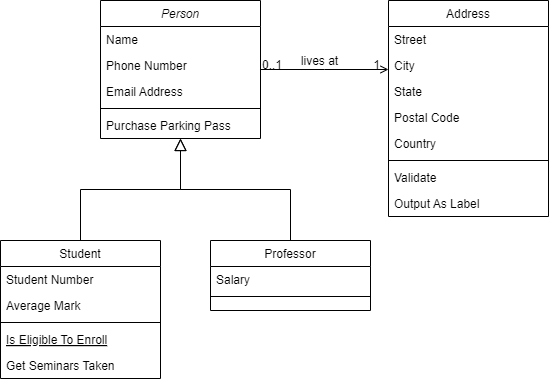
Earlier version of the draw.io export Diagram Tanpa Judul.drawio.png (dikameo/PERPUSTAKAANCUY). Source tidied: cells renumbered, new cells last; positions are measured from the earlier drawing's top-left corner, leaving out a move shared by most shapes. Source of this version:
```xml
<mxGraphModel>
  <root>
    <mxCell id="0" />
    <mxCell id="1" parent="0" />
    <mxCell id="2" value="Person" style="swimlane;fontStyle=2;align=center;verticalAlign=top;horizontal=1;startSize=26;rounded=0;shadow=0;strokeWidth=1;" parent="1" vertex="1">
      <mxGeometry x="100" width="160" height="138" as="geometry" />
    </mxCell>
    <mxCell id="3" value="Name" style="text;align=left;verticalAlign=top;spacingLeft=4;spacingRight=4;overflow=hidden;" parent="2" vertex="1">
      <mxGeometry y="26" width="160" height="26" as="geometry" />
    </mxCell>
    <mxCell id="4" value="Phone Number" style="text;align=left;verticalAlign=top;spacingLeft=4;spacingRight=4;overflow=hidden;rounded=0;shadow=0;html=0;" parent="2" vertex="1">
      <mxGeometry y="52" width="160" height="26" as="geometry" />
    </mxCell>
    <mxCell id="5" value="Email Address" style="text;align=left;verticalAlign=top;spacingLeft=4;spacingRight=4;overflow=hidden;rounded=0;shadow=0;html=0;" parent="2" vertex="1">
      <mxGeometry y="78" width="160" height="26" as="geometry" />
    </mxCell>
    <mxCell id="6" style="line;html=1;strokeWidth=1;align=left;verticalAlign=middle;spacingTop=-1;spacingLeft=3;spacingRight=3;labelPosition=right;" parent="2" vertex="1">
      <mxGeometry y="104" width="160" height="8" as="geometry" />
    </mxCell>
    <mxCell id="7" value="Purchase Parking Pass" style="text;align=left;verticalAlign=top;spacingLeft=4;spacingRight=4;overflow=hidden;" parent="2" vertex="1">
      <mxGeometry y="112" width="160" height="26" as="geometry" />
    </mxCell>
    <mxCell id="8" value="Student" style="swimlane;fontStyle=0;align=center;verticalAlign=top;horizontal=1;startSize=26;rounded=0;shadow=0;strokeWidth=1;" parent="1" vertex="1">
      <mxGeometry y="240" width="160" height="138" as="geometry" />
    </mxCell>
    <mxCell id="9" value="Student Number" style="text;align=left;verticalAlign=top;spacingLeft=4;spacingRight=4;overflow=hidden;" parent="8" vertex="1">
      <mxGeometry y="26" width="160" height="26" as="geometry" />
    </mxCell>
    <mxCell id="10" value="Average Mark" style="text;align=left;verticalAlign=top;spacingLeft=4;spacingRight=4;overflow=hidden;rounded=0;shadow=0;html=0;" parent="8" vertex="1">
      <mxGeometry y="52" width="160" height="26" as="geometry" />
    </mxCell>
    <mxCell id="11" style="line;html=1;strokeWidth=1;align=left;verticalAlign=middle;spacingTop=-1;spacingLeft=3;spacingRight=3;labelPosition=right;" parent="8" vertex="1">
      <mxGeometry y="78" width="160" height="8" as="geometry" />
    </mxCell>
    <mxCell id="12" value="Is Eligible To Enroll" style="text;align=left;verticalAlign=top;spacingLeft=4;spacingRight=4;overflow=hidden;fontStyle=4;" parent="8" vertex="1">
      <mxGeometry y="86" width="160" height="26" as="geometry" />
    </mxCell>
    <mxCell id="13" value="Get Seminars Taken" style="text;align=left;verticalAlign=top;spacingLeft=4;spacingRight=4;overflow=hidden;" parent="8" vertex="1">
      <mxGeometry y="112" width="160" height="26" as="geometry" />
    </mxCell>
    <mxCell id="14" style="endArrow=block;endSize=10;endFill=0;shadow=0;strokeWidth=1;rounded=0;curved=0;edgeStyle=elbowEdgeStyle;elbow=vertical;" parent="1" edge="1" source="8" target="2">
      <mxGeometry relative="1" as="geometry" />
    </mxCell>
    <mxCell id="15" value="Professor" style="swimlane;fontStyle=0;align=center;verticalAlign=top;horizontal=1;startSize=26;rounded=0;shadow=0;strokeWidth=1;" parent="1" vertex="1">
      <mxGeometry x="210" y="240" width="160" height="70" as="geometry" />
    </mxCell>
    <mxCell id="16" value="Salary" style="text;align=left;verticalAlign=top;spacingLeft=4;spacingRight=4;overflow=hidden;" parent="15" vertex="1">
      <mxGeometry y="26" width="160" height="26" as="geometry" />
    </mxCell>
    <mxCell id="17" style="line;html=1;strokeWidth=1;align=left;verticalAlign=middle;spacingTop=-1;spacingLeft=3;spacingRight=3;labelPosition=right;" parent="15" vertex="1">
      <mxGeometry y="52" width="160" height="8" as="geometry" />
    </mxCell>
    <mxCell id="18" style="endArrow=block;endSize=10;endFill=0;shadow=0;strokeWidth=1;rounded=0;curved=0;edgeStyle=elbowEdgeStyle;elbow=vertical;" parent="1" edge="1" source="15" target="2">
      <mxGeometry relative="1" as="geometry" />
    </mxCell>
    <mxCell id="19" value="Address" style="swimlane;fontStyle=0;align=center;verticalAlign=top;horizontal=1;startSize=26;rounded=0;shadow=0;strokeWidth=1;" parent="1" vertex="1">
      <mxGeometry x="388" width="160" height="216" as="geometry" />
    </mxCell>
    <mxCell id="20" value="Street" style="text;align=left;verticalAlign=top;spacingLeft=4;spacingRight=4;overflow=hidden;" parent="19" vertex="1">
      <mxGeometry y="26" width="160" height="26" as="geometry" />
    </mxCell>
    <mxCell id="21" value="City" style="text;align=left;verticalAlign=top;spacingLeft=4;spacingRight=4;overflow=hidden;rounded=0;shadow=0;html=0;" parent="19" vertex="1">
      <mxGeometry y="52" width="160" height="26" as="geometry" />
    </mxCell>
    <mxCell id="22" value="State" style="text;align=left;verticalAlign=top;spacingLeft=4;spacingRight=4;overflow=hidden;rounded=0;shadow=0;html=0;" parent="19" vertex="1">
      <mxGeometry y="78" width="160" height="26" as="geometry" />
    </mxCell>
    <mxCell id="23" value="Postal Code" style="text;align=left;verticalAlign=top;spacingLeft=4;spacingRight=4;overflow=hidden;rounded=0;shadow=0;html=0;" parent="19" vertex="1">
      <mxGeometry y="104" width="160" height="26" as="geometry" />
    </mxCell>
    <mxCell id="24" value="Country" style="text;align=left;verticalAlign=top;spacingLeft=4;spacingRight=4;overflow=hidden;rounded=0;shadow=0;html=0;" parent="19" vertex="1">
      <mxGeometry y="130" width="160" height="26" as="geometry" />
    </mxCell>
    <mxCell id="25" style="line;html=1;strokeWidth=1;align=left;verticalAlign=middle;spacingTop=-1;spacingLeft=3;spacingRight=3;labelPosition=right;" parent="19" vertex="1">
      <mxGeometry y="156" width="160" height="8" as="geometry" />
    </mxCell>
    <mxCell id="26" value="Validate" style="text;align=left;verticalAlign=top;spacingLeft=4;spacingRight=4;overflow=hidden;" parent="19" vertex="1">
      <mxGeometry y="164" width="160" height="26" as="geometry" />
    </mxCell>
    <mxCell id="27" value="Output As Label" style="text;align=left;verticalAlign=top;spacingLeft=4;spacingRight=4;overflow=hidden;" parent="19" vertex="1">
      <mxGeometry y="190" width="160" height="26" as="geometry" />
    </mxCell>
    <mxCell id="28" style="endArrow=open;shadow=0;strokeWidth=1;rounded=0;curved=0;endFill=1;edgeStyle=elbowEdgeStyle;elbow=vertical;" parent="1" edge="1" source="2" target="19">
      <mxGeometry x="0.5" y="41" relative="1" as="geometry">
        <mxPoint x="-40" y="32" as="offset" />
      </mxGeometry>
    </mxCell>
    <mxCell id="29" value="0..1" style="align=left;verticalAlign=bottom;labelBackgroundColor=none;fontSize=12;" parent="28" vertex="1">
      <mxGeometry x="-1" relative="1" as="geometry">
        <mxPoint y="4" as="offset" />
      </mxGeometry>
    </mxCell>
    <mxCell id="30" value="1" style="align=right;verticalAlign=bottom;labelBackgroundColor=none;fontSize=12;" parent="28" vertex="1">
      <mxGeometry x="1" relative="1" as="geometry">
        <mxPoint x="-7" y="4" as="offset" />
      </mxGeometry>
    </mxCell>
    <mxCell id="31" value="lives at" style="text;html=1;align=center;verticalAlign=middle;labelBackgroundColor=none;rounded=0;shadow=0;strokeWidth=1;fontSize=12;" parent="28" vertex="1">
      <mxGeometry x="0.5" y="49" relative="1" as="geometry">
        <mxPoint x="-38" y="40" as="offset" />
      </mxGeometry>
    </mxCell>
  </root>
</mxGraphModel>
```
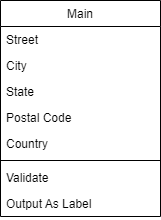
After the commit.

The edit, as a diff of the source:
```diff
@@ -2,58 +2,7 @@
   <root>
     <mxCell id="0" />
     <mxCell id="1" parent="0" />
-    <mxCell id="2" value="Person" style="swimlane;fontStyle=2;align=center;verticalAlign=top;horizontal=1;startSize=26;rounded=0;shadow=0;strokeWidth=1;" parent="1" vertex="1">
-      <mxGeometry x="100" width="160" height="138" as="geometry" />
-    </mxCell>
-    <mxCell id="3" value="Name" style="text;align=left;verticalAlign=top;spacingLeft=4;spacingRight=4;overflow=hidden;" parent="2" vertex="1">
-      <mxGeometry y="26" width="160" height="26" as="geometry" />
-    </mxCell>
-    <mxCell id="4" value="Phone Number" style="text;align=left;verticalAlign=top;spacingLeft=4;spacingRight=4;overflow=hidden;rounded=0;shadow=0;html=0;" parent="2" vertex="1">
-      <mxGeometry y="52" width="160" height="26" as="geometry" />
-    </mxCell>
-    <mxCell id="5" value="Email Address" style="text;align=left;verticalAlign=top;spacingLeft=4;spacingRight=4;overflow=hidden;rounded=0;shadow=0;html=0;" parent="2" vertex="1">
-      <mxGeometry y="78" width="160" height="26" as="geometry" />
-    </mxCell>
-    <mxCell id="6" style="line;html=1;strokeWidth=1;align=left;verticalAlign=middle;spacingTop=-1;spacingLeft=3;spacingRight=3;labelPosition=right;" parent="2" vertex="1">
-      <mxGeometry y="104" width="160" height="8" as="geometry" />
-    </mxCell>
-    <mxCell id="7" value="Purchase Parking Pass" style="text;align=left;verticalAlign=top;spacingLeft=4;spacingRight=4;overflow=hidden;" parent="2" vertex="1">
-      <mxGeometry y="112" width="160" height="26" as="geometry" />
-    </mxCell>
-    <mxCell id="8" value="Student" style="swimlane;fontStyle=0;align=center;verticalAlign=top;horizontal=1;startSize=26;rounded=0;shadow=0;strokeWidth=1;" parent="1" vertex="1">
-      <mxGeometry y="240" width="160" height="138" as="geometry" />
-    </mxCell>
-    <mxCell id="9" value="Student Number" style="text;align=left;verticalAlign=top;spacingLeft=4;spacingRight=4;overflow=hidden;" parent="8" vertex="1">
-      <mxGeometry y="26" width="160" height="26" as="geometry" />
-    </mxCell>
-    <mxCell id="10" value="Average Mark" style="text;align=left;verticalAlign=top;spacingLeft=4;spacingRight=4;overflow=hidden;rounded=0;shadow=0;html=0;" parent="8" vertex="1">
-      <mxGeometry y="52" width="160" height="26" as="geometry" />
-    </mxCell>
-    <mxCell id="11" style="line;html=1;strokeWidth=1;align=left;verticalAlign=middle;spacingTop=-1;spacingLeft=3;spacingRight=3;labelPosition=right;" parent="8" vertex="1">
-      <mxGeometry y="78" width="160" height="8" as="geometry" />
-    </mxCell>
-    <mxCell id="12" value="Is Eligible To Enroll" style="text;align=left;verticalAlign=top;spacingLeft=4;spacingRight=4;overflow=hidden;fontStyle=4;" parent="8" vertex="1">
-      <mxGeometry y="86" width="160" height="26" as="geometry" />
-    </mxCell>
-    <mxCell id="13" value="Get Seminars Taken" style="text;align=left;verticalAlign=top;spacingLeft=4;spacingRight=4;overflow=hidden;" parent="8" vertex="1">
-      <mxGeometry y="112" width="160" height="26" as="geometry" />
-    </mxCell>
-    <mxCell id="14" style="endArrow=block;endSize=10;endFill=0;shadow=0;strokeWidth=1;rounded=0;curved=0;edgeStyle=elbowEdgeStyle;elbow=vertical;" parent="1" edge="1" source="8" target="2">
-      <mxGeometry relative="1" as="geometry" />
-    </mxCell>
-    <mxCell id="15" value="Professor" style="swimlane;fontStyle=0;align=center;verticalAlign=top;horizontal=1;startSize=26;rounded=0;shadow=0;strokeWidth=1;" parent="1" vertex="1">
-      <mxGeometry x="210" y="240" width="160" height="70" as="geometry" />
-    </mxCell>
-    <mxCell id="16" value="Salary" style="text;align=left;verticalAlign=top;spacingLeft=4;spacingRight=4;overflow=hidden;" parent="15" vertex="1">
-      <mxGeometry y="26" width="160" height="26" as="geometry" />
-    </mxCell>
-    <mxCell id="17" style="line;html=1;strokeWidth=1;align=left;verticalAlign=middle;spacingTop=-1;spacingLeft=3;spacingRight=3;labelPosition=right;" parent="15" vertex="1">
-      <mxGeometry y="52" width="160" height="8" as="geometry" />
-    </mxCell>
-    <mxCell id="18" style="endArrow=block;endSize=10;endFill=0;shadow=0;strokeWidth=1;rounded=0;curved=0;edgeStyle=elbowEdgeStyle;elbow=vertical;" parent="1" edge="1" source="15" target="2">
-      <mxGeometry relative="1" as="geometry" />
-    </mxCell>
-    <mxCell id="19" value="Address" style="swimlane;fontStyle=0;align=center;verticalAlign=top;horizontal=1;startSize=26;rounded=0;shadow=0;strokeWidth=1;" parent="1" vertex="1">
+    <mxCell id="19" value="Main" style="swimlane;fontStyle=0;align=center;verticalAlign=top;horizontal=1;startSize=26;rounded=0;shadow=0;strokeWidth=1;" parent="1" vertex="1">
       <mxGeometry x="388" width="160" height="216" as="geometry" />
     </mxCell>
     <mxCell id="20" value="Street" style="text;align=left;verticalAlign=top;spacingLeft=4;spacingRight=4;overflow=hidden;" parent="19" vertex="1">
@@ -80,25 +29,5 @@
     <mxCell id="27" value="Output As Label" style="text;align=left;verticalAlign=top;spacingLeft=4;spacingRight=4;overflow=hidden;" parent="19" vertex="1">
       <mxGeometry y="190" width="160" height="26" as="geometry" />
     </mxCell>
-    <mxCell id="28" style="endArrow=open;shadow=0;strokeWidth=1;rounded=0;curved=0;endFill=1;edgeStyle=elbowEdgeStyle;elbow=vertical;" parent="1" edge="1" source="2" target="19">
-      <mxGeometry x="0.5" y="41" relative="1" as="geometry">
-        <mxPoint x="-40" y="32" as="offset" />
-      </mxGeometry>
-    </mxCell>
-    <mxCell id="29" value="0..1" style="align=left;verticalAlign=bottom;labelBackgroundColor=none;fontSize=12;" parent="28" vertex="1">
-      <mxGeometry x="-1" relative="1" as="geometry">
-        <mxPoint y="4" as="offset" />
-      </mxGeometry>
-    </mxCell>
-    <mxCell id="30" value="1" style="align=right;verticalAlign=bottom;labelBackgroundColor=none;fontSize=12;" parent="28" vertex="1">
-      <mxGeometry x="1" relative="1" as="geometry">
-        <mxPoint x="-7" y="4" as="offset" />
-      </mxGeometry>
-    </mxCell>
-    <mxCell id="31" value="lives at" style="text;html=1;align=center;verticalAlign=middle;labelBackgroundColor=none;rounded=0;shadow=0;strokeWidth=1;fontSize=12;" parent="28" vertex="1">
-      <mxGeometry x="0.5" y="49" relative="1" as="geometry">
-        <mxPoint x="-38" y="40" as="offset" />
-      </mxGeometry>
-    </mxCell>
   </root>
 </mxGraphModel>
```
